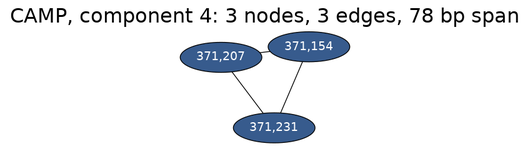
Earlier version of the Graphviz export notebooks/graphs/CAMP_cc4.png (fedarko/sheepgut). Its source is kept beside it as notebooks/graphs/CAMP_cc4.gv.
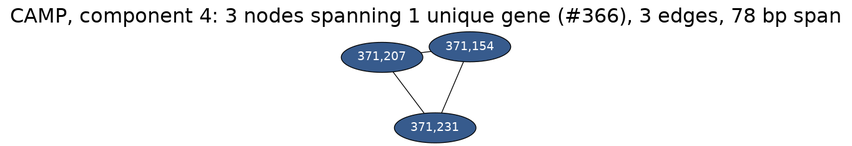
Later version of the same file.

What changed in the source:
```diff
@@ -2,7 +2,7 @@
 	overlap="prism50";
 	outputorder="edgesfirst";
 	node [style="filled"];
-	label="CAMP, component 4: 3 nodes, 3 edges, 78 bp span";
+	label="CAMP, component 4: 3 nodes spanning 1 unique gene (#366), 3 edges, 78 bp span";
 	labelloc="t";
 	fontsize=24;
 	"371,154" [fillcolor="#375b8d", fontcolor="#ffffff"];
```
